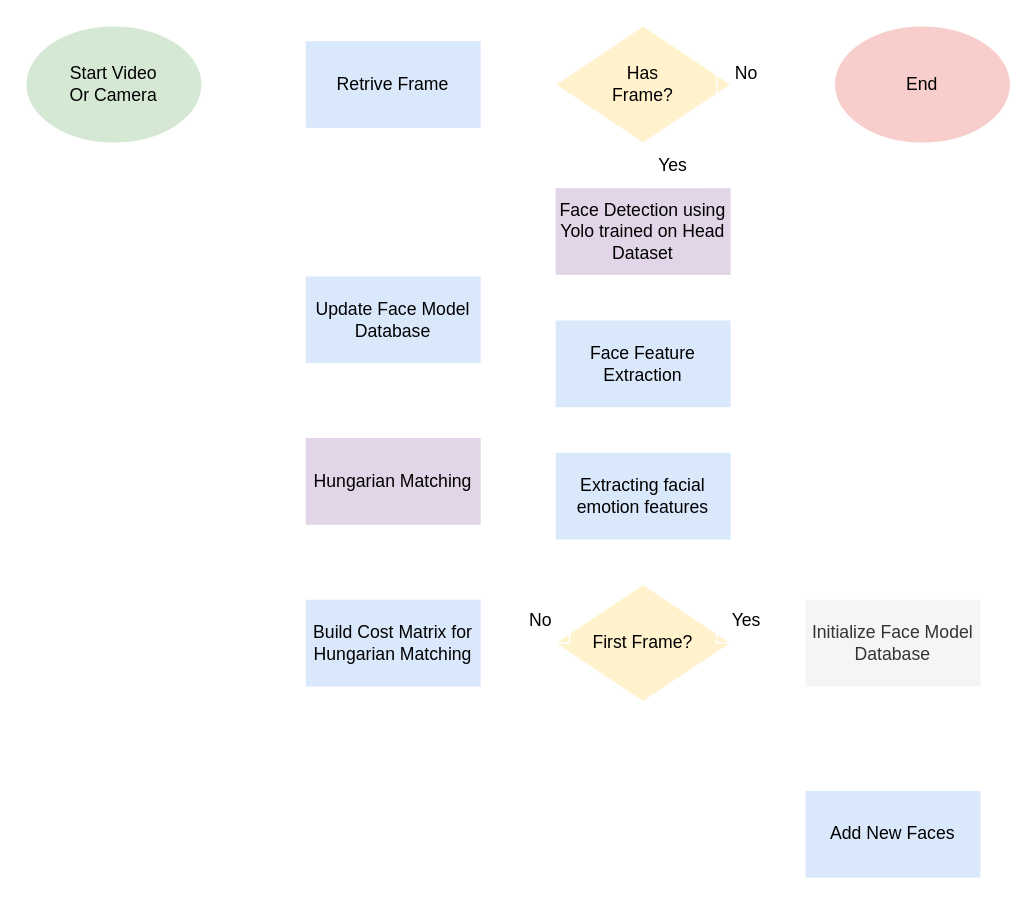
Before: page "Tracking method" (1 of 3) of DA.drawio in LeeJunKen/Yolo_v8, a draw.io diagram. Source tidied: cells renumbered, new cells numbered last; positions are measured from the earlier drawing's top-left corner, leaving out a move shared by most shapes. Both pictures are drawn from the tidied source at 147%, with x=0, y=0 at pixel (25, 25).
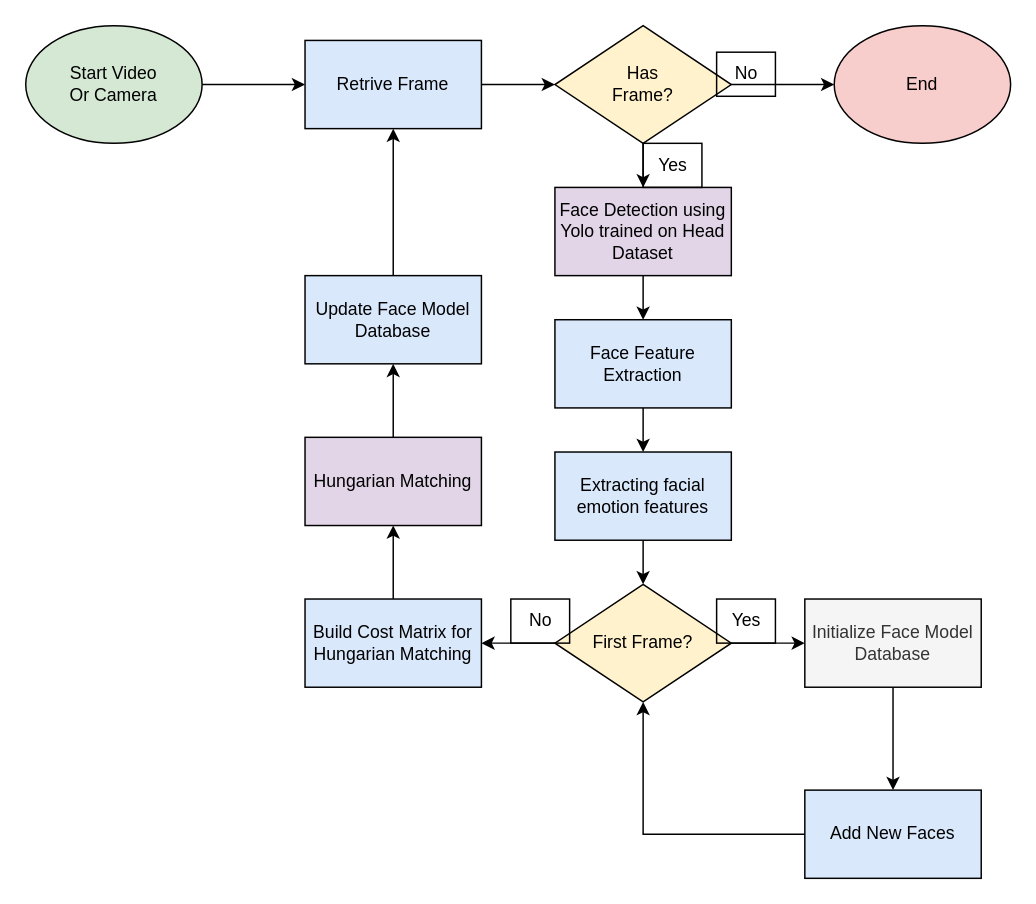
After the change.

What changed in the source:
```diff
@@
-    <mxCell id="2" style="edgeStyle=orthogonalEdgeStyle;rounded=0;jettySize=auto;html=1;exitX=1;exitY=0.5;exitDx=0;exitDy=0;entryX=0;entryY=0.5;entryDx=0;entryDy=0;strokeColor=#FFFFFF;" parent="1" edge="1" source="3" target="5">
+    <mxCell id="2" style="edgeStyle=orthogonalEdgeStyle;rounded=0;jettySize=auto;html=1;exitX=1;exitY=0.5;exitDx=0;exitDy=0;entryX=0;entryY=0.5;entryDx=0;entryDy=0;strokeColor=#000000;" parent="1" edge="1" source="3" target="5">
       <mxGeometry relative="1" as="geometry" />
     </mxCell>
-    <mxCell id="3" value="Start Video&lt;div&gt;Or Camera&lt;/div&gt;" style="ellipse;whiteSpace=wrap;html=1;fillColor=#d5e8d4;strokeColor=#FFFFFF;" parent="1" vertex="1">
+    <mxCell id="3" value="Start Video&lt;div&gt;Or Camera&lt;/div&gt;" style="ellipse;whiteSpace=wrap;html=1;fillColor=#d5e8d4;strokeColor=#000000;" parent="1" vertex="1">
       <mxGeometry width="120" height="80" as="geometry" />
     </mxCell>
-    <mxCell id="4" style="edgeStyle=orthogonalEdgeStyle;rounded=0;jettySize=auto;html=1;exitX=1;exitY=0.5;exitDx=0;exitDy=0;entryX=0;entryY=0.5;entryDx=0;entryDy=0;strokeColor=#FFFFFF;" parent="1" edge="1" source="5" target="8">
+    <mxCell id="4" style="edgeStyle=orthogonalEdgeStyle;rounded=0;jettySize=auto;html=1;exitX=1;exitY=0.5;exitDx=0;exitDy=0;entryX=0;entryY=0.5;entryDx=0;entryDy=0;strokeColor=#000000;" parent="1" edge="1" source="5" target="8">
       <mxGeometry relative="1" as="geometry" />
     </mxCell>
-    <mxCell id="5" value="Retrive Frame" style="rounded=0;whiteSpace=wrap;html=1;fillColor=#dae8fc;strokeColor=#FFFFFF;" parent="1" vertex="1">
+    <mxCell id="5" value="Retrive Frame" style="rounded=0;whiteSpace=wrap;html=1;fillColor=#dae8fc;strokeColor=#000000;" parent="1" vertex="1">
       <mxGeometry x="190" y="10" width="120" height="60" as="geometry" />
     </mxCell>
-    <mxCell id="6" style="edgeStyle=orthogonalEdgeStyle;rounded=0;jettySize=auto;html=1;exitX=1;exitY=0.5;exitDx=0;exitDy=0;entryX=0;entryY=0.5;entryDx=0;entryDy=0;strokeColor=#FFFFFF;" parent="1" edge="1" source="8" target="9">
+    <mxCell id="6" style="edgeStyle=orthogonalEdgeStyle;rounded=0;jettySize=auto;html=1;exitX=1;exitY=0.5;exitDx=0;exitDy=0;entryX=0;entryY=0.5;entryDx=0;entryDy=0;strokeColor=#000000;" parent="1" edge="1" source="8" target="9">
       <mxGeometry relative="1" as="geometry" />
     </mxCell>
-    <mxCell id="7" style="edgeStyle=orthogonalEdgeStyle;rounded=0;jettySize=auto;html=1;exitX=0.5;exitY=1;exitDx=0;exitDy=0;entryX=0.5;entryY=0;entryDx=0;entryDy=0;strokeColor=#FFFFFF;" parent="1" edge="1" source="8" target="12">
+    <mxCell id="7" style="edgeStyle=orthogonalEdgeStyle;rounded=0;jettySize=auto;html=1;exitX=0.5;exitY=1;exitDx=0;exitDy=0;entryX=0.5;entryY=0;entryDx=0;entryDy=0;strokeColor=#000000;" parent="1" edge="1" source="8" target="12">
       <mxGeometry relative="1" as="geometry" />
     </mxCell>
-    <mxCell id="8" value="Has&lt;div&gt;Frame?&lt;/div&gt;" style="rhombus;whiteSpace=wrap;html=1;fillColor=#fff2cc;strokeColor=#FFFFFF;" parent="1" vertex="1">
+    <mxCell id="8" value="Has&lt;div&gt;Frame?&lt;/div&gt;" style="rhombus;whiteSpace=wrap;html=1;fillColor=#fff2cc;strokeColor=#000000;" parent="1" vertex="1">
       <mxGeometry x="360" width="120" height="80" as="geometry" />
     </mxCell>
-    <mxCell id="9" value="End" style="ellipse;whiteSpace=wrap;html=1;fillColor=#f8cecc;strokeColor=#FFFFFF;" parent="1" vertex="1">
+    <mxCell id="9" value="End" style="ellipse;whiteSpace=wrap;html=1;fillColor=#f8cecc;strokeColor=#000000;" parent="1" vertex="1">
       <mxGeometry x="550" width="120" height="80" as="geometry" />
     </mxCell>
-    <mxCell id="10" value="No" style="text;html=1;align=center;verticalAlign=middle;strokeColor=#FFFFFF;fillColor=none;" parent="1" vertex="1">
+    <mxCell id="10" value="No" style="text;html=1;align=center;verticalAlign=middle;strokeColor=#000000;fillColor=none;" parent="1" vertex="1">
       <mxGeometry x="470" y="18" width="40" height="30" as="geometry" />
     </mxCell>
-    <mxCell id="11" style="edgeStyle=orthogonalEdgeStyle;rounded=0;jettySize=auto;html=1;exitX=0.5;exitY=1;exitDx=0;exitDy=0;entryX=0.5;entryY=0;entryDx=0;entryDy=0;strokeColor=#FFFFFF;" parent="1" edge="1" source="12" target="20">
+    <mxCell id="11" style="edgeStyle=orthogonalEdgeStyle;rounded=0;jettySize=auto;html=1;exitX=0.5;exitY=1;exitDx=0;exitDy=0;entryX=0.5;entryY=0;entryDx=0;entryDy=0;strokeColor=#000000;" parent="1" edge="1" source="12" target="20">
       <mxGeometry relative="1" as="geometry" />
     </mxCell>
-    <mxCell id="12" value="&lt;div&gt;Face Detection using&lt;/div&gt;&lt;div&gt;Yolo trained on Head&lt;/div&gt;&lt;div&gt;Dataset&lt;/div&gt;" style="rounded=0;whiteSpace=wrap;html=1;fillColor=#e1d5e7;strokeColor=#FFFFFF;" parent="1" vertex="1">
+    <mxCell id="12" value="&lt;div&gt;Face Detection using&lt;/div&gt;&lt;div&gt;Yolo trained on Head&lt;/div&gt;&lt;div&gt;Dataset&lt;/div&gt;" style="rounded=0;whiteSpace=wrap;html=1;fillColor=#e1d5e7;strokeColor=#000000;" parent="1" vertex="1">
       <mxGeometry x="360" y="110" width="120" height="60" as="geometry" />
     </mxCell>
-    <mxCell id="13" value="Yes" style="text;html=1;align=center;verticalAlign=middle;strokeColor=#FFFFFF;fillColor=none;" parent="1" vertex="1">
+    <mxCell id="13" value="Yes" style="text;html=1;align=center;verticalAlign=middle;strokeColor=#000000;fillColor=none;" parent="1" vertex="1">
       <mxGeometry x="420" y="80" width="40" height="30" as="geometry" />
     </mxCell>
-    <mxCell id="14" style="edgeStyle=orthogonalEdgeStyle;rounded=0;jettySize=auto;html=1;exitX=0.5;exitY=1;exitDx=0;exitDy=0;entryX=0.5;entryY=0;entryDx=0;entryDy=0;strokeColor=#FFFFFF;" parent="1" edge="1" source="15" target="18">
+    <mxCell id="14" style="edgeStyle=orthogonalEdgeStyle;rounded=0;jettySize=auto;html=1;exitX=0.5;exitY=1;exitDx=0;exitDy=0;entryX=0.5;entryY=0;entryDx=0;entryDy=0;strokeColor=#000000;" parent="1" edge="1" source="15" target="18">
       <mxGeometry relative="1" as="geometry" />
     </mxCell>
-    <mxCell id="15" value="Extracting facial emotion features" style="rounded=0;whiteSpace=wrap;html=1;fillColor=#dae8fc;strokeColor=#FFFFFF;" parent="1" vertex="1">
+    <mxCell id="15" value="Extracting facial emotion features" style="rounded=0;whiteSpace=wrap;html=1;fillColor=#dae8fc;strokeColor=#000000;" parent="1" vertex="1">
       <mxGeometry x="360" y="290" width="120" height="60" as="geometry" />
     </mxCell>
-    <mxCell id="16" style="edgeStyle=orthogonalEdgeStyle;rounded=0;jettySize=auto;html=1;exitX=1;exitY=0.5;exitDx=0;exitDy=0;entryX=0;entryY=0.5;entryDx=0;entryDy=0;strokeColor=#FFFFFF;" parent="1" edge="1" source="18" target="22">
+    <mxCell id="16" style="edgeStyle=orthogonalEdgeStyle;rounded=0;jettySize=auto;html=1;exitX=1;exitY=0.5;exitDx=0;exitDy=0;entryX=0;entryY=0.5;entryDx=0;entryDy=0;strokeColor=#000000;" parent="1" edge="1" source="18" target="22">
       <mxGeometry relative="1" as="geometry" />
     </mxCell>
-    <mxCell id="17" style="edgeStyle=orthogonalEdgeStyle;rounded=0;jettySize=auto;html=1;exitX=0;exitY=0.5;exitDx=0;exitDy=0;entryX=1;entryY=0.5;entryDx=0;entryDy=0;strokeColor=#FFFFFF;" parent="1" edge="1" source="18" target="26">
+    <mxCell id="17" style="edgeStyle=orthogonalEdgeStyle;rounded=0;jettySize=auto;html=1;exitX=0;exitY=0.5;exitDx=0;exitDy=0;entryX=1;entryY=0.5;entryDx=0;entryDy=0;strokeColor=#000000;" parent="1" edge="1" source="18" target="26">
       <mxGeometry relative="1" as="geometry" />
     </mxCell>
-    <mxCell id="18" value="First Frame?" style="rhombus;whiteSpace=wrap;html=1;fillColor=#fff2cc;strokeColor=#FFFFFF;" parent="1" vertex="1">
+    <mxCell id="18" value="First Frame?" style="rhombus;whiteSpace=wrap;html=1;fillColor=#fff2cc;strokeColor=#000000;" parent="1" vertex="1">
       <mxGeometry x="360" y="380" width="120" height="80" as="geometry" />
     </mxCell>
-    <mxCell id="19" style="edgeStyle=orthogonalEdgeStyle;rounded=0;jettySize=auto;html=1;exitX=0.5;exitY=1;exitDx=0;exitDy=0;entryX=0.5;entryY=0;entryDx=0;entryDy=0;strokeColor=#FFFFFF;" parent="1" edge="1" source="20" target="15">
+    <mxCell id="19" style="edgeStyle=orthogonalEdgeStyle;rounded=0;jettySize=auto;html=1;exitX=0.5;exitY=1;exitDx=0;exitDy=0;entryX=0.5;entryY=0;entryDx=0;entryDy=0;strokeColor=#000000;" parent="1" edge="1" source="20" target="15">
       <mxGeometry relative="1" as="geometry" />
     </mxCell>
-    <mxCell id="20" value="&lt;div&gt;Face Feature&lt;/div&gt;&lt;div&gt;Extraction&lt;/div&gt;" style="rounded=0;whiteSpace=wrap;html=1;fillColor=#dae8fc;strokeColor=#FFFFFF;" parent="1" vertex="1">
+    <mxCell id="20" value="&lt;div&gt;Face Feature&lt;/div&gt;&lt;div&gt;Extraction&lt;/div&gt;" style="rounded=0;whiteSpace=wrap;html=1;fillColor=#dae8fc;strokeColor=#000000;" parent="1" vertex="1">
       <mxGeometry x="360" y="200" width="120" height="60" as="geometry" />
     </mxCell>
-    <mxCell id="21" style="edgeStyle=orthogonalEdgeStyle;rounded=0;jettySize=auto;html=1;exitX=0.5;exitY=1;exitDx=0;exitDy=0;entryX=0.5;entryY=0;entryDx=0;entryDy=0;strokeColor=#FFFFFF;" parent="1" edge="1" source="22" target="24">
+    <mxCell id="21" style="edgeStyle=orthogonalEdgeStyle;rounded=0;jettySize=auto;html=1;exitX=0.5;exitY=1;exitDx=0;exitDy=0;entryX=0.5;entryY=0;entryDx=0;entryDy=0;strokeColor=#000000;" parent="1" edge="1" source="22" target="24">
       <mxGeometry relative="1" as="geometry" />
     </mxCell>
-    <mxCell id="22" value="&lt;div&gt;Initialize Face Model&lt;/div&gt;&lt;div&gt;Database&lt;/div&gt;" style="rounded=0;whiteSpace=wrap;html=1;fillColor=#f5f5f5;fontColor=#333333;strokeColor=#FFFFFF;" parent="1" vertex="1">
+    <mxCell id="22" value="&lt;div&gt;Initialize Face Model&lt;/div&gt;&lt;div&gt;Database&lt;/div&gt;" style="rounded=0;whiteSpace=wrap;html=1;fillColor=#f5f5f5;fontColor=#333333;strokeColor=#000000;" parent="1" vertex="1">
       <mxGeometry x="530" y="390" width="120" height="60" as="geometry" />
     </mxCell>
-    <mxCell id="23" style="edgeStyle=orthogonalEdgeStyle;rounded=0;jettySize=auto;html=1;exitX=0;exitY=0.5;exitDx=0;exitDy=0;entryX=0.5;entryY=1;entryDx=0;entryDy=0;strokeColor=#FFFFFF;" parent="1" edge="1" source="24" target="18">
+    <mxCell id="23" style="edgeStyle=orthogonalEdgeStyle;rounded=0;jettySize=auto;html=1;exitX=0;exitY=0.5;exitDx=0;exitDy=0;entryX=0.5;entryY=1;entryDx=0;entryDy=0;strokeColor=#000000;" parent="1" edge="1" source="24" target="18">
       <mxGeometry relative="1" as="geometry" />
     </mxCell>
-    <mxCell id="24" value="&lt;div&gt;Add New Faces&lt;/div&gt;" style="rounded=0;whiteSpace=wrap;html=1;fillColor=#dae8fc;strokeColor=#FFFFFF;" parent="1" vertex="1">
+    <mxCell id="24" value="&lt;div&gt;Add New Faces&lt;/div&gt;" style="rounded=0;whiteSpace=wrap;html=1;fillColor=#dae8fc;strokeColor=#000000;" parent="1" vertex="1">
       <mxGeometry x="530" y="520" width="120" height="60" as="geometry" />
     </mxCell>
-    <mxCell id="25" style="edgeStyle=orthogonalEdgeStyle;rounded=0;jettySize=auto;html=1;exitX=0.5;exitY=0;exitDx=0;exitDy=0;entryX=0.5;entryY=1;entryDx=0;entryDy=0;strokeColor=#FFFFFF;" parent="1" edge="1" source="26" target="28">
+    <mxCell id="25" style="edgeStyle=orthogonalEdgeStyle;rounded=0;jettySize=auto;html=1;exitX=0.5;exitY=0;exitDx=0;exitDy=0;entryX=0.5;entryY=1;entryDx=0;entryDy=0;strokeColor=#000000;" parent="1" edge="1" source="26" target="28">
       <mxGeometry relative="1" as="geometry" />
     </mxCell>
-    <mxCell id="26" value="&lt;div&gt;Build Cost Matrix for&lt;/div&gt;&lt;div&gt;Hungarian Matching&lt;/div&gt;" style="rounded=0;whiteSpace=wrap;html=1;fillColor=#dae8fc;strokeColor=#FFFFFF;" parent="1" vertex="1">
+    <mxCell id="26" value="&lt;div&gt;Build Cost Matrix for&lt;/div&gt;&lt;div&gt;Hungarian Matching&lt;/div&gt;" style="rounded=0;whiteSpace=wrap;html=1;fillColor=#dae8fc;strokeColor=#000000;" parent="1" vertex="1">
       <mxGeometry x="190" y="390" width="120" height="60" as="geometry" />
     </mxCell>
-    <mxCell id="27" style="edgeStyle=orthogonalEdgeStyle;rounded=0;jettySize=auto;html=1;exitX=0.5;exitY=0;exitDx=0;exitDy=0;entryX=0.5;entryY=1;entryDx=0;entryDy=0;strokeColor=#FFFFFF;" parent="1" edge="1" source="28" target="30">
+    <mxCell id="27" style="edgeStyle=orthogonalEdgeStyle;rounded=0;jettySize=auto;html=1;exitX=0.5;exitY=0;exitDx=0;exitDy=0;entryX=0.5;entryY=1;entryDx=0;entryDy=0;strokeColor=#000000;" parent="1" edge="1" source="28" target="30">
       <mxGeometry relative="1" as="geometry" />
     </mxCell>
-    <mxCell id="28" value="Hungarian Matching" style="rounded=0;whiteSpace=wrap;html=1;fillColor=#e1d5e7;strokeColor=#FFFFFF;" parent="1" vertex="1">
+    <mxCell id="28" value="Hungarian Matching" style="rounded=0;whiteSpace=wrap;html=1;fillColor=#e1d5e7;strokeColor=#000000;" parent="1" vertex="1">
       <mxGeometry x="190" y="280" width="120" height="60" as="geometry" />
     </mxCell>
-    <mxCell id="29" style="edgeStyle=orthogonalEdgeStyle;rounded=0;jettySize=auto;html=1;exitX=0.5;exitY=0;exitDx=0;exitDy=0;entryX=0.5;entryY=1;entryDx=0;entryDy=0;strokeColor=#FFFFFF;" parent="1" edge="1" source="30" target="5">
+    <mxCell id="29" style="edgeStyle=orthogonalEdgeStyle;rounded=0;jettySize=auto;html=1;exitX=0.5;exitY=0;exitDx=0;exitDy=0;entryX=0.5;entryY=1;entryDx=0;entryDy=0;strokeColor=#000000;" parent="1" edge="1" source="30" target="5">
       <mxGeometry relative="1" as="geometry" />
     </mxCell>
-    <mxCell id="30" value="&lt;div&gt;Update Face Model&lt;/div&gt;&lt;div&gt;Database&lt;/div&gt;" style="rounded=0;whiteSpace=wrap;html=1;fillColor=#dae8fc;strokeColor=#FFFFFF;" parent="1" vertex="1">
+    <mxCell id="30" value="&lt;div&gt;Update Face Model&lt;/div&gt;&lt;div&gt;Database&lt;/div&gt;" style="rounded=0;whiteSpace=wrap;html=1;fillColor=#dae8fc;strokeColor=#000000;" parent="1" vertex="1">
       <mxGeometry x="190" y="170" width="120" height="60" as="geometry" />
     </mxCell>
-    <mxCell id="31" value="Yes" style="text;html=1;align=center;verticalAlign=middle;strokeColor=#FFFFFF;fillColor=none;" parent="1" vertex="1">
+    <mxCell id="31" value="Yes" style="text;html=1;align=center;verticalAlign=middle;strokeColor=#000000;fillColor=none;" parent="1" vertex="1">
       <mxGeometry x="470" y="390" width="40" height="30" as="geometry" />
     </mxCell>
-    <mxCell id="32" value="No" style="text;html=1;align=center;verticalAlign=middle;strokeColor=#FFFFFF;fillColor=none;" parent="1" vertex="1">
+    <mxCell id="32" value="No" style="text;html=1;align=center;verticalAlign=middle;strokeColor=#000000;fillColor=none;" parent="1" vertex="1">
       <mxGeometry x="330" y="390" width="40" height="30" as="geometry" />
     </mxCell>
```
